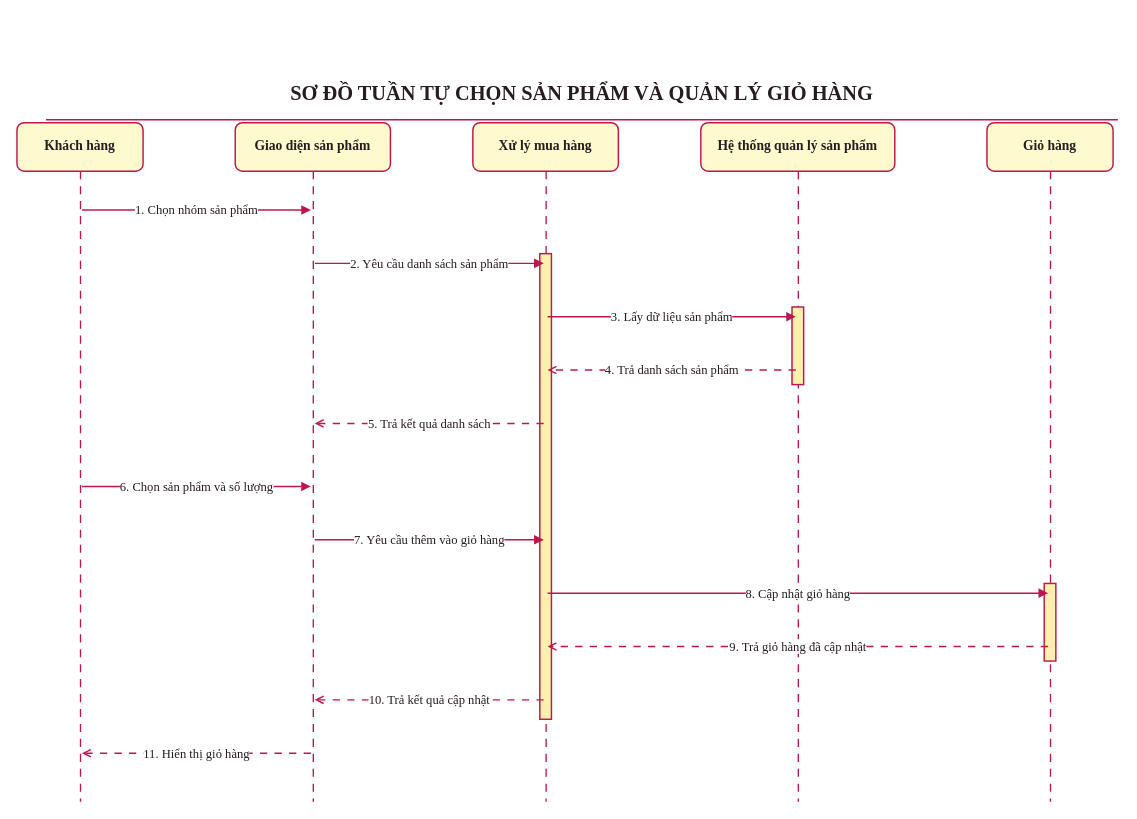
Earlier version of the draw.io diagram page "05 Tuần tự chọn sản phẩm" (5 of 6) of LAB_AT_OOSD/LAB04/ThietKe/PhamMInhGiang-12DHCNPM1-ThietKeLab04.drawio (1250080044-PhamMinhGiang-12DHCNPM1/OOP-Lab). Source tidied: cells renumbered, new cells numbered last; positions are measured from the earlier drawing's top-left corner, leaving out a move shared by most shapes. Both pictures are drawn from the tidied source at 97%, with x=0, y=0 at pixel (16, 74).
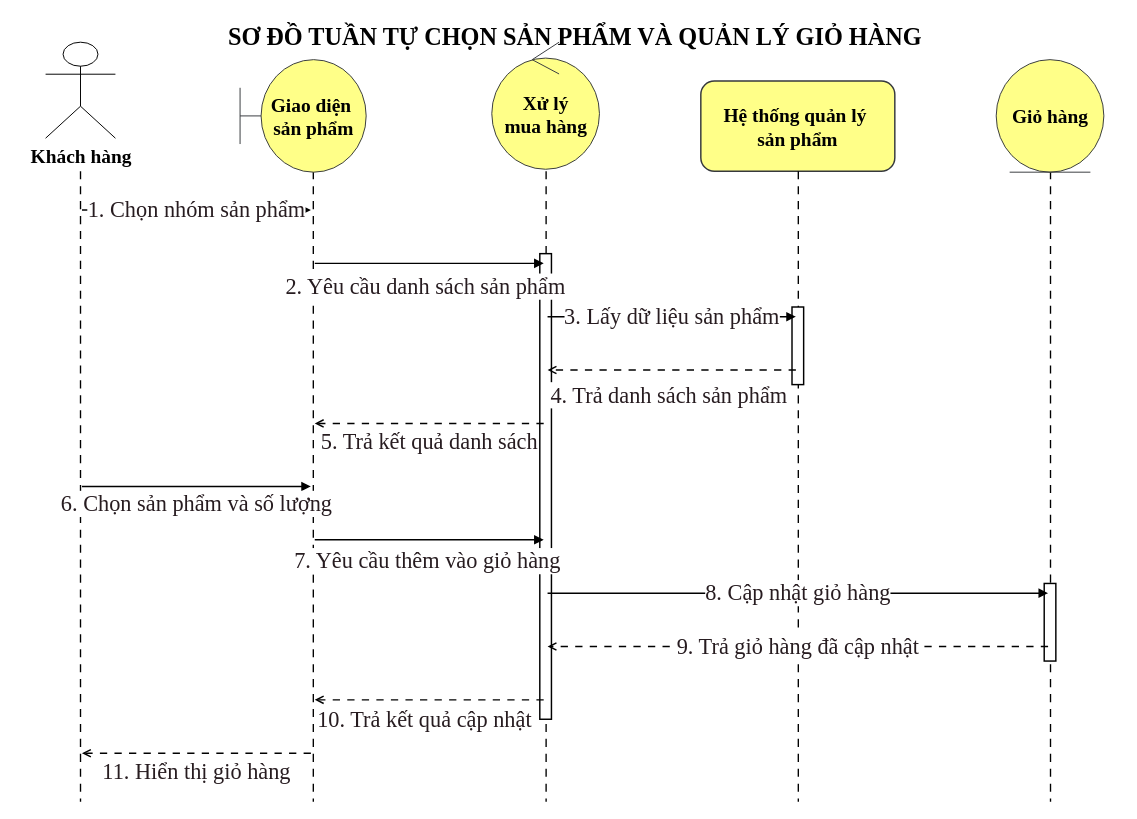
Above is the later version.

Change to the diagram source:
```diff
@@
-    <mxCell id="2" value="SƠ ĐỒ TUẦN TỰ CHỌN SẢN PHẨM VÀ QUẢN LÝ GIỎ HÀNG" style="text;html=1;align=center;verticalAlign=middle;fontSize=21;fontStyle=1;fontFamily=Times New Roman;fontColor=#271C20;fillColor=none;strokeColor=none;" parent="1" vertex="1">
-      <mxGeometry x="232" width="700" height="40" as="geometry" />
+    <mxCell id="2" value="SƠ ĐỒ TUẦN TỰ CHỌN SẢN PHẨM VÀ QUẢN LÝ GIỎ HÀNG" style="text;html=1;align=center;verticalAlign=middle;fontSize=25;fontStyle=1;fontFamily=Times New Roman;" parent="1" vertex="1">
+      <mxGeometry x="225" y="-59" width="700" height="40" as="geometry" />
     </mxCell>
-    <mxCell id="3" value="Khách hàng" style="rounded=1;whiteSpace=wrap;html=1;fillColor=#FFF9CE;strokeColor=#BD174F;fontStyle=1;fontSize=14;fontFamily=Times New Roman;fontColor=#271C20;strokeWidth=1.5;" parent="1" vertex="1">
-      <mxGeometry y="50" width="130" height="50" as="geometry" />
-    </mxCell>
-    <mxCell id="4" value="Giao diện sản phẩm" style="rounded=1;whiteSpace=wrap;html=1;fillColor=#FFF9CE;strokeColor=#BD174F;fontStyle=1;fontSize=14;fontFamily=Times New Roman;fontColor=#271C20;strokeWidth=1.5;" parent="1" vertex="1">
-      <mxGeometry x="225" y="50" width="160" height="50" as="geometry" />
-    </mxCell>
-    <mxCell id="5" value="Xử lý mua hàng" style="rounded=1;whiteSpace=wrap;html=1;fillColor=#FFF9CE;strokeColor=#BD174F;fontStyle=1;fontSize=14;fontFamily=Times New Roman;fontColor=#271C20;strokeWidth=1.5;" parent="1" vertex="1">
-      <mxGeometry x="470" y="50" width="150" height="50" as="geometry" />
-    </mxCell>
-    <mxCell id="6" value="Hệ thống quản lý sản phẩm" style="rounded=1;whiteSpace=wrap;html=1;fillColor=#FFF9CE;strokeColor=#BD174F;fontStyle=1;fontSize=14;fontFamily=Times New Roman;fontColor=#271C20;strokeWidth=1.5;" parent="1" vertex="1">
-      <mxGeometry x="705" y="50" width="200" height="50" as="geometry" />
+    <mxCell id="6" value="Hệ thống quản lý&amp;nbsp;&lt;div&gt;sản phẩm&lt;/div&gt;" style="rounded=1;whiteSpace=wrap;html=1;fontStyle=1;fontSize=20;fontFamily=Times New Roman;strokeWidth=1.5;fillColor=#ffff88;strokeColor=#36393d;" parent="1" vertex="1">
+      <mxGeometry x="705" y="7" width="200" height="93" as="geometry" />
     </mxCell>
-    <mxCell id="7" value="Giỏ hàng" style="rounded=1;whiteSpace=wrap;html=1;fillColor=#FFF9CE;strokeColor=#BD174F;fontStyle=1;fontSize=14;fontFamily=Times New Roman;fontColor=#271C20;strokeWidth=1.5;" parent="1" vertex="1">
-      <mxGeometry x="1000" y="50" width="130" height="50" as="geometry" />
-    </mxCell>
-    <mxCell id="8" style="shape=line;direction=south;html=1;strokeColor=#BD174F;dashed=1;dashPattern=6 5;fontFamily=Times New Roman;fontColor=#271C20;strokeWidth=1.4;" parent="1" vertex="1">
+    <mxCell id="8" style="shape=line;direction=south;html=1;dashed=1;dashPattern=6 5;fontFamily=Times New Roman;strokeWidth=1.4;" parent="1" vertex="1">
       <mxGeometry x="65" y="100" width="1" height="650" as="geometry" />
     </mxCell>
-    <mxCell id="9" style="shape=line;direction=south;html=1;strokeColor=#BD174F;dashed=1;dashPattern=6 5;fontFamily=Times New Roman;fontColor=#271C20;strokeWidth=1.4;" parent="1" vertex="1">
+    <mxCell id="9" style="shape=line;direction=south;html=1;dashed=1;dashPattern=6 5;fontFamily=Times New Roman;strokeWidth=1.4;" parent="1" vertex="1">
       <mxGeometry x="305" y="100" width="1" height="650" as="geometry" />
     </mxCell>
-    <mxCell id="10" style="shape=line;direction=south;html=1;strokeColor=#BD174F;dashed=1;dashPattern=6 5;fontFamily=Times New Roman;fontColor=#271C20;strokeWidth=1.4;" parent="1" vertex="1">
+    <mxCell id="10" style="shape=line;direction=south;html=1;dashed=1;dashPattern=6 5;fontFamily=Times New Roman;strokeWidth=1.4;" parent="1" vertex="1">
       <mxGeometry x="545" y="100" width="1" height="650" as="geometry" />
     </mxCell>
-    <mxCell id="11" style="shape=line;direction=south;html=1;strokeColor=#BD174F;dashed=1;dashPattern=6 5;fontFamily=Times New Roman;fontColor=#271C20;strokeWidth=1.4;" parent="1" vertex="1">
+    <mxCell id="11" style="shape=line;direction=south;html=1;dashed=1;dashPattern=6 5;fontFamily=Times New Roman;strokeWidth=1.4;" parent="1" vertex="1">
       <mxGeometry x="805" y="100" width="1" height="650" as="geometry" />
     </mxCell>
-    <mxCell id="12" style="shape=line;direction=south;html=1;strokeColor=#BD174F;dashed=1;dashPattern=6 5;fontFamily=Times New Roman;fontColor=#271C20;strokeWidth=1.4;" parent="1" vertex="1">
+    <mxCell id="12" style="shape=line;direction=south;html=1;dashed=1;dashPattern=6 5;fontFamily=Times New Roman;strokeWidth=1.4;" parent="1" vertex="1">
       <mxGeometry x="1065" y="100" width="1" height="650" as="geometry" />
     </mxCell>
-    <mxCell id="13" style="rounded=0;html=1;fillColor=#FFF1AD;strokeColor=#BD174F;fontFamily=Times New Roman;fontColor=#271C20;strokeWidth=1.5;fontSize=14;" parent="1" vertex="1">
+    <mxCell id="13" style="rounded=0;html=1;fontFamily=Times New Roman;strokeWidth=1.5;fontSize=23;" parent="1" vertex="1">
       <mxGeometry x="539" y="185" width="12" height="480" as="geometry" />
     </mxCell>
-    <mxCell id="14" style="rounded=0;html=1;fillColor=#FFF1AD;strokeColor=#BD174F;fontFamily=Times New Roman;fontColor=#271C20;strokeWidth=1.5;fontSize=14;" parent="1" vertex="1">
+    <mxCell id="14" style="rounded=0;html=1;fontFamily=Times New Roman;strokeWidth=1.5;fontSize=23;" parent="1" vertex="1">
       <mxGeometry x="799" y="240" width="12" height="80" as="geometry" />
     </mxCell>
-    <mxCell id="15" style="rounded=0;html=1;fillColor=#FFF1AD;strokeColor=#BD174F;fontFamily=Times New Roman;fontColor=#271C20;strokeWidth=1.5;fontSize=14;" parent="1" vertex="1">
+    <mxCell id="15" style="rounded=0;html=1;fontFamily=Times New Roman;strokeWidth=1.5;fontSize=23;" parent="1" vertex="1">
       <mxGeometry x="1059" y="525" width="12" height="80" as="geometry" />
     </mxCell>
-    <mxCell id="16" style="ellipse;fillOpacity=0;strokeOpacity=0;opacity=0;" parent="1" vertex="1">
+    <mxCell id="16" style="ellipse;fillOpacity=0;strokeOpacity=0;opacity=0;fontFamily=Times New Roman;fontSize=23;" parent="1" vertex="1">
       <mxGeometry x="63" y="138" width="4" height="4" as="geometry" />
     </mxCell>
-    <mxCell id="17" style="ellipse;fillOpacity=0;strokeOpacity=0;opacity=0;" parent="1" vertex="1">
+    <mxCell id="17" style="ellipse;fillOpacity=0;strokeOpacity=0;opacity=0;fontFamily=Times New Roman;fontSize=23;" parent="1" vertex="1">
       <mxGeometry x="303" y="138" width="4" height="4" as="geometry" />
     </mxCell>
-    <mxCell id="18" style="ellipse;fillOpacity=0;strokeOpacity=0;opacity=0;" parent="1" vertex="1">
+    <mxCell id="18" style="ellipse;fillOpacity=0;strokeOpacity=0;opacity=0;fontFamily=Times New Roman;fontSize=23;" parent="1" vertex="1">
       <mxGeometry x="303" y="193" width="4" height="4" as="geometry" />
     </mxCell>
-    <mxCell id="19" style="ellipse;fillOpacity=0;strokeOpacity=0;opacity=0;" parent="1" vertex="1">
+    <mxCell id="19" style="ellipse;fillOpacity=0;strokeOpacity=0;opacity=0;fontFamily=Times New Roman;fontSize=23;" parent="1" vertex="1">
       <mxGeometry x="543" y="193" width="4" height="4" as="geometry" />
     </mxCell>
-    <mxCell id="20" style="ellipse;fillOpacity=0;strokeOpacity=0;opacity=0;" parent="1" vertex="1">
+    <mxCell id="20" style="ellipse;fillOpacity=0;strokeOpacity=0;opacity=0;fontFamily=Times New Roman;fontSize=23;" parent="1" vertex="1">
       <mxGeometry x="543" y="248" width="4" height="4" as="geometry" />
     </mxCell>
-    <mxCell id="21" style="ellipse;fillOpacity=0;strokeOpacity=0;opacity=0;" parent="1" vertex="1">
+    <mxCell id="21" style="ellipse;fillOpacity=0;strokeOpacity=0;opacity=0;fontFamily=Times New Roman;fontSize=23;" parent="1" vertex="1">
       <mxGeometry x="803" y="248" width="4" height="4" as="geometry" />
     </mxCell>
-    <mxCell id="22" style="ellipse;fillOpacity=0;strokeOpacity=0;opacity=0;" parent="1" vertex="1">
+    <mxCell id="22" style="ellipse;fillOpacity=0;strokeOpacity=0;opacity=0;fontFamily=Times New Roman;fontSize=23;" parent="1" vertex="1">
       <mxGeometry x="803" y="303" width="4" height="4" as="geometry" />
     </mxCell>
-    <mxCell id="23" style="ellipse;fillOpacity=0;strokeOpacity=0;opacity=0;" parent="1" vertex="1">
+    <mxCell id="23" style="ellipse;fillOpacity=0;strokeOpacity=0;opacity=0;fontFamily=Times New Roman;fontSize=23;" parent="1" vertex="1">
       <mxGeometry x="543" y="303" width="4" height="4" as="geometry" />
     </mxCell>
-    <mxCell id="24" style="ellipse;fillOpacity=0;strokeOpacity=0;opacity=0;" parent="1" vertex="1">
+    <mxCell id="24" style="ellipse;fillOpacity=0;strokeOpacity=0;opacity=0;fontFamily=Times New Roman;fontSize=23;" parent="1" vertex="1">
       <mxGeometry x="543" y="358" width="4" height="4" as="geometry" />
     </mxCell>
-    <mxCell id="25" style="ellipse;fillOpacity=0;strokeOpacity=0;opacity=0;" parent="1" vertex="1">
+    <mxCell id="25" style="ellipse;fillOpacity=0;strokeOpacity=0;opacity=0;fontFamily=Times New Roman;fontSize=23;" parent="1" vertex="1">
       <mxGeometry x="303" y="358" width="4" height="4" as="geometry" />
     </mxCell>
-    <mxCell id="26" style="ellipse;fillOpacity=0;strokeOpacity=0;opacity=0;" parent="1" vertex="1">
+    <mxCell id="26" style="ellipse;fillOpacity=0;strokeOpacity=0;opacity=0;fontFamily=Times New Roman;fontSize=23;" parent="1" vertex="1">
       <mxGeometry x="63" y="423" width="4" height="4" as="geometry" />
     </mxCell>
-    <mxCell id="27" style="ellipse;fillOpacity=0;strokeOpacity=0;opacity=0;" parent="1" vertex="1">
+    <mxCell id="27" style="ellipse;fillOpacity=0;strokeOpacity=0;opacity=0;fontFamily=Times New Roman;fontSize=23;" parent="1" vertex="1">
       <mxGeometry x="303" y="423" width="4" height="4" as="geometry" />
     </mxCell>
-    <mxCell id="28" style="ellipse;fillOpacity=0;strokeOpacity=0;opacity=0;" parent="1" vertex="1">
+    <mxCell id="28" style="ellipse;fillOpacity=0;strokeOpacity=0;opacity=0;fontFamily=Times New Roman;fontSize=23;" parent="1" vertex="1">
       <mxGeometry x="303" y="478" width="4" height="4" as="geometry" />
     </mxCell>
-    <mxCell id="29" style="ellipse;fillOpacity=0;strokeOpacity=0;opacity=0;" parent="1" vertex="1">
+    <mxCell id="29" style="ellipse;fillOpacity=0;strokeOpacity=0;opacity=0;fontFamily=Times New Roman;fontSize=23;" parent="1" vertex="1">
       <mxGeometry x="543" y="478" width="4" height="4" as="geometry" />
     </mxCell>
-    <mxCell id="30" style="ellipse;fillOpacity=0;strokeOpacity=0;opacity=0;" parent="1" vertex="1">
+    <mxCell id="30" style="ellipse;fillOpacity=0;strokeOpacity=0;opacity=0;fontFamily=Times New Roman;fontSize=23;" parent="1" vertex="1">
       <mxGeometry x="543" y="533" width="4" height="4" as="geometry" />
     </mxCell>
-    <mxCell id="31" style="ellipse;fillOpacity=0;strokeOpacity=0;opacity=0;" parent="1" vertex="1">
+    <mxCell id="31" style="ellipse;fillOpacity=0;strokeOpacity=0;opacity=0;fontFamily=Times New Roman;fontSize=23;" parent="1" vertex="1">
       <mxGeometry x="1063" y="533" width="4" height="4" as="geometry" />
     </mxCell>
-    <mxCell id="32" style="ellipse;fillOpacity=0;strokeOpacity=0;opacity=0;" parent="1" vertex="1">
+    <mxCell id="32" style="ellipse;fillOpacity=0;strokeOpacity=0;opacity=0;fontFamily=Times New Roman;fontSize=23;" parent="1" vertex="1">
       <mxGeometry x="1063" y="588" width="4" height="4" as="geometry" />
     </mxCell>
-    <mxCell id="33" style="ellipse;fillOpacity=0;strokeOpacity=0;opacity=0;" parent="1" vertex="1">
+    <mxCell id="33" style="ellipse;fillOpacity=0;strokeOpacity=0;opacity=0;fontFamily=Times New Roman;fontSize=23;" parent="1" vertex="1">
       <mxGeometry x="543" y="588" width="4" height="4" as="geometry" />
     </mxCell>
-    <mxCell id="34" style="ellipse;fillOpacity=0;strokeOpacity=0;opacity=0;" parent="1" vertex="1">
+    <mxCell id="34" style="ellipse;fillOpacity=0;strokeOpacity=0;opacity=0;fontFamily=Times New Roman;fontSize=23;" parent="1" vertex="1">
       <mxGeometry x="543" y="643" width="4" height="4" as="geometry" />
     </mxCell>
-    <mxCell id="35" style="ellipse;fillOpacity=0;strokeOpacity=0;opacity=0;" parent="1" vertex="1">
+    <mxCell id="35" style="ellipse;fillOpacity=0;strokeOpacity=0;opacity=0;fontFamily=Times New Roman;fontSize=23;" parent="1" vertex="1">
       <mxGeometry x="303" y="643" width="4" height="4" as="geometry" />
     </mxCell>
-    <mxCell id="36" style="ellipse;fillOpacity=0;strokeOpacity=0;opacity=0;" parent="1" vertex="1">
+    <mxCell id="36" style="ellipse;fillOpacity=0;strokeOpacity=0;opacity=0;fontFamily=Times New Roman;fontSize=23;" parent="1" vertex="1">
       <mxGeometry x="303" y="698" width="4" height="4" as="geometry" />
     </mxCell>
-    <mxCell id="37" style="ellipse;fillOpacity=0;strokeOpacity=0;opacity=0;" parent="1" vertex="1">
+    <mxCell id="37" style="ellipse;fillOpacity=0;strokeOpacity=0;opacity=0;fontFamily=Times New Roman;fontSize=23;" parent="1" vertex="1">
       <mxGeometry x="63" y="698" width="4" height="4" as="geometry" />
     </mxCell>
-    <mxCell id="38" value="1. Chọn nhóm sản phẩm" style="edgeStyle=none;rounded=0;html=1;endArrow=block;endFill=1;labelBackgroundColor=#FFFFFF;strokeColor=#BD174F;strokeWidth=1.5;fontFamily=Times New Roman;fontColor=#271C20;fontSize=13;" parent="1" edge="1" source="16" target="17">
+    <mxCell id="38" value="1. Chọn nhóm sản phẩm" style="edgeStyle=none;rounded=0;html=1;endArrow=block;endFill=1;labelBackgroundColor=#FFFFFF;strokeWidth=1.5;fontFamily=Times New Roman;fontColor=#271C20;fontSize=23;" parent="1" edge="1" source="16" target="17">
       <mxGeometry relative="1" as="geometry" />
     </mxCell>
-    <mxCell id="39" value="2. Yêu cầu danh sách sản phẩm" style="edgeStyle=none;rounded=0;html=1;endArrow=block;endFill=1;labelBackgroundColor=#FFFFFF;strokeColor=#BD174F;strokeWidth=1.5;fontFamily=Times New Roman;fontColor=#271C20;fontSize=13;" parent="1" edge="1" source="18" target="19">
-      <mxGeometry relative="1" as="geometry" />
+    <mxCell id="39" value="2. Yêu cầu danh sách sản phẩm" style="edgeStyle=none;rounded=0;html=1;endArrow=block;endFill=1;labelBackgroundColor=#FFFFFF;strokeWidth=1.5;fontFamily=Times New Roman;fontColor=#271C20;fontSize=23;" parent="1" edge="1" source="18" target="19">
+      <mxGeometry x="-0.03" y="-24" relative="1" as="geometry" />
     </mxCell>
-    <mxCell id="40" value="3. Lấy dữ liệu sản phẩm" style="edgeStyle=none;rounded=0;html=1;endArrow=block;endFill=1;labelBackgroundColor=#FFFFFF;strokeColor=#BD174F;strokeWidth=1.5;fontFamily=Times New Roman;fontColor=#271C20;fontSize=13;" parent="1" edge="1" source="20" target="21">
+    <mxCell id="40" value="3. Lấy dữ liệu sản phẩm" style="edgeStyle=none;rounded=0;html=1;endArrow=block;endFill=1;labelBackgroundColor=#FFFFFF;strokeWidth=1.5;fontFamily=Times New Roman;fontColor=#271C20;fontSize=23;" parent="1" edge="1" source="20" target="21">
       <mxGeometry relative="1" as="geometry" />
     </mxCell>
-    <mxCell id="41" value="4. Trả danh sách sản phẩm" style="edgeStyle=none;rounded=0;html=1;dashed=1;dashPattern=5 5;endArrow=open;endFill=0;labelBackgroundColor=#FFFFFF;strokeColor=#BD174F;strokeWidth=1.5;fontFamily=Times New Roman;fontColor=#271C20;fontSize=13;" parent="1" edge="1" source="22" target="23">
-      <mxGeometry relative="1" as="geometry" />
+    <mxCell id="41" value="4. Trả danh sách sản phẩm" style="edgeStyle=none;rounded=0;html=1;dashed=1;dashPattern=5 5;endArrow=open;endFill=0;labelBackgroundColor=#FFFFFF;strokeWidth=1.5;fontFamily=Times New Roman;fontColor=#271C20;fontSize=23;" parent="1" edge="1" source="22" target="23">
+      <mxGeometry x="0.02" y="26" relative="1" as="geometry" />
     </mxCell>
-    <mxCell id="42" value="5. Trả kết quả danh sách" style="edgeStyle=none;rounded=0;html=1;dashed=1;dashPattern=5 5;endArrow=open;endFill=0;labelBackgroundColor=#FFFFFF;strokeColor=#BD174F;strokeWidth=1.5;fontFamily=Times New Roman;fontColor=#271C20;fontSize=13;" parent="1" edge="1" source="24" target="25">
-      <mxGeometry relative="1" as="geometry" />
+    <mxCell id="42" value="5. Trả kết quả danh sách" style="edgeStyle=none;rounded=0;html=1;dashed=1;dashPattern=5 5;endArrow=open;endFill=0;labelBackgroundColor=#FFFFFF;strokeWidth=1.5;fontFamily=Times New Roman;fontColor=#271C20;fontSize=23;" parent="1" edge="1" source="24" target="25">
+      <mxGeometry y="19" relative="1" as="geometry" />
     </mxCell>
-    <mxCell id="43" value="6. Chọn sản phẩm và số lượng" style="edgeStyle=none;rounded=0;html=1;endArrow=block;endFill=1;labelBackgroundColor=#FFFFFF;strokeColor=#BD174F;strokeWidth=1.5;fontFamily=Times New Roman;fontColor=#271C20;fontSize=13;" parent="1" edge="1" source="26" target="27">
-      <mxGeometry relative="1" as="geometry" />
+    <mxCell id="43" value="6. Chọn sản phẩm và số lượng" style="edgeStyle=none;rounded=0;html=1;endArrow=block;endFill=1;labelBackgroundColor=#FFFFFF;strokeWidth=1.5;fontFamily=Times New Roman;fontColor=#271C20;fontSize=23;" parent="1" edge="1" source="26" target="27">
+      <mxGeometry y="-18" relative="1" as="geometry" />
     </mxCell>
-    <mxCell id="44" value="7. Yêu cầu thêm vào giỏ hàng" style="edgeStyle=none;rounded=0;html=1;endArrow=block;endFill=1;labelBackgroundColor=#FFFFFF;strokeColor=#BD174F;strokeWidth=1.5;fontFamily=Times New Roman;fontColor=#271C20;fontSize=13;" parent="1" edge="1" source="28" target="29">
-      <mxGeometry relative="1" as="geometry" />
+    <mxCell id="44" value="7. Yêu cầu thêm vào giỏ hàng" style="edgeStyle=none;rounded=0;html=1;endArrow=block;endFill=1;labelBackgroundColor=#FFFFFF;strokeWidth=1.5;fontFamily=Times New Roman;fontColor=#271C20;fontSize=23;" parent="1" edge="1" source="28" target="29">
+      <mxGeometry x="-0.02" y="-22" relative="1" as="geometry" />
     </mxCell>
-    <mxCell id="45" value="8. Cập nhật giỏ hàng" style="edgeStyle=none;rounded=0;html=1;endArrow=block;endFill=1;labelBackgroundColor=#FFFFFF;strokeColor=#BD174F;strokeWidth=1.5;fontFamily=Times New Roman;fontColor=#271C20;fontSize=13;" parent="1" edge="1" source="30" target="31">
+    <mxCell id="45" value="8. Cập nhật giỏ hàng" style="edgeStyle=none;rounded=0;html=1;endArrow=block;endFill=1;labelBackgroundColor=#FFFFFF;strokeWidth=1.5;fontFamily=Times New Roman;fontColor=#271C20;fontSize=23;" parent="1" edge="1" source="30" target="31">
       <mxGeometry relative="1" as="geometry" />
     </mxCell>
-    <mxCell id="46" value="9. Trả giỏ hàng đã cập nhật" style="edgeStyle=none;rounded=0;html=1;dashed=1;dashPattern=5 5;endArrow=open;endFill=0;labelBackgroundColor=#FFFFFF;strokeColor=#BD174F;strokeWidth=1.5;fontFamily=Times New Roman;fontColor=#271C20;fontSize=13;" parent="1" edge="1" source="32" target="33">
+    <mxCell id="46" value="9. Trả giỏ hàng đã cập nhật" style="edgeStyle=none;rounded=0;html=1;dashed=1;dashPattern=5 5;endArrow=open;endFill=0;labelBackgroundColor=#FFFFFF;strokeWidth=1.5;fontFamily=Times New Roman;fontColor=#271C20;fontSize=23;" parent="1" edge="1" source="32" target="33">
       <mxGeometry relative="1" as="geometry" />
     </mxCell>
-    <mxCell id="47" value="10. Trả kết quả cập nhật" style="edgeStyle=none;rounded=0;html=1;dashed=1;dashPattern=5 5;endArrow=open;endFill=0;labelBackgroundColor=#FFFFFF;strokeColor=#BD174F;strokeWidth=1.5;fontFamily=Times New Roman;fontColor=#271C20;fontSize=13;" parent="1" edge="1" source="34" target="35">
-      <mxGeometry relative="1" as="geometry" />
+    <mxCell id="47" value="10. Trả kết quả cập nhật" style="edgeStyle=none;rounded=0;html=1;dashed=1;dashPattern=5 5;endArrow=open;endFill=0;labelBackgroundColor=#FFFFFF;strokeWidth=1.5;fontFamily=Times New Roman;fontColor=#271C20;fontSize=23;" parent="1" edge="1" source="34" target="35">
+      <mxGeometry x="0.04" y="20" relative="1" as="geometry" />
     </mxCell>
-    <mxCell id="48" value="11. Hiển thị giỏ hàng" style="edgeStyle=none;rounded=0;html=1;dashed=1;dashPattern=5 5;endArrow=open;endFill=0;labelBackgroundColor=#FFFFFF;strokeColor=#BD174F;strokeWidth=1.5;fontFamily=Times New Roman;fontColor=#271C20;fontSize=13;" parent="1" edge="1" source="36" target="37">
-      <mxGeometry relative="1" as="geometry" />
+    <mxCell id="48" value="11. Hiển thị giỏ hàng" style="edgeStyle=none;rounded=0;html=1;dashed=1;dashPattern=5 5;endArrow=open;endFill=0;labelBackgroundColor=#FFFFFF;strokeWidth=1.5;fontFamily=Times New Roman;fontColor=#271C20;fontSize=23;" parent="1" edge="1" source="36" target="37">
+      <mxGeometry y="19" relative="1" as="geometry" />
     </mxCell>
-    <mxCell id="49" style="edgeStyle=none;html=1;strokeColor=#BD174F;strokeWidth=1.5;endArrow=none;fontFamily=Times New Roman;fontColor=#271C20;labelBackgroundColor=#FFFFFF;fontSize=13;" parent="1" edge="1">
-      <mxGeometry relative="1" as="geometry">
-        <mxPoint x="30" y="47" as="sourcePoint" />
-        <mxPoint x="1135" y="47" as="targetPoint" />
-      </mxGeometry>
-    </mxCell>
+    <mxCell id="3" value="&lt;font face=&quot;Times New Roman&quot; style=&quot;font-size: 20px;&quot;&gt;&lt;b&gt;Khách hàng&lt;/b&gt;&lt;/font&gt;" style="shape=umlActor;verticalLabelPosition=bottom;verticalAlign=top;html=1;labelPerimeter=1;" parent="1" vertex="1">
+      <mxGeometry x="29.5" y="-33" width="72" height="99" as="geometry" />
+    </mxCell>
+    <mxCell id="4" value="&lt;font face=&quot;Times New Roman&quot; style=&quot;font-size: 20px;&quot;&gt;&lt;b&gt;Giao diện&amp;nbsp;&lt;br&gt;sản phẩm&lt;/b&gt;&lt;/font&gt;" style="shape=umlBoundary;whiteSpace=wrap;html=1;fillColor=#ffff88;strokeColor=#36393d;" parent="1" vertex="1">
+      <mxGeometry x="230" y="-15" width="130" height="116" as="geometry" />
+    </mxCell>
+    <mxCell id="5" value="&lt;font face=&quot;Times New Roman&quot; style=&quot;font-size: 20px;&quot;&gt;&lt;b&gt;Xử lý&lt;br&gt;mua hàng&lt;/b&gt;&lt;/font&gt;" style="ellipse;shape=umlControl;whiteSpace=wrap;html=1;fillColor=#ffff88;strokeColor=#36393d;" parent="1" vertex="1">
+      <mxGeometry x="489.5" y="-33" width="111" height="131" as="geometry" />
+    </mxCell>
+    <mxCell id="7" value="&lt;font face=&quot;Times New Roman&quot; style=&quot;font-size: 20px;&quot;&gt;&lt;b&gt;Giỏ hàng&lt;/b&gt;&lt;/font&gt;" style="ellipse;shape=umlEntity;whiteSpace=wrap;html=1;fillColor=#ffff88;strokeColor=#36393d;" parent="1" vertex="1">
+      <mxGeometry x="1009.5" y="-15" width="111" height="116" as="geometry" />
+    </mxCell>
```
